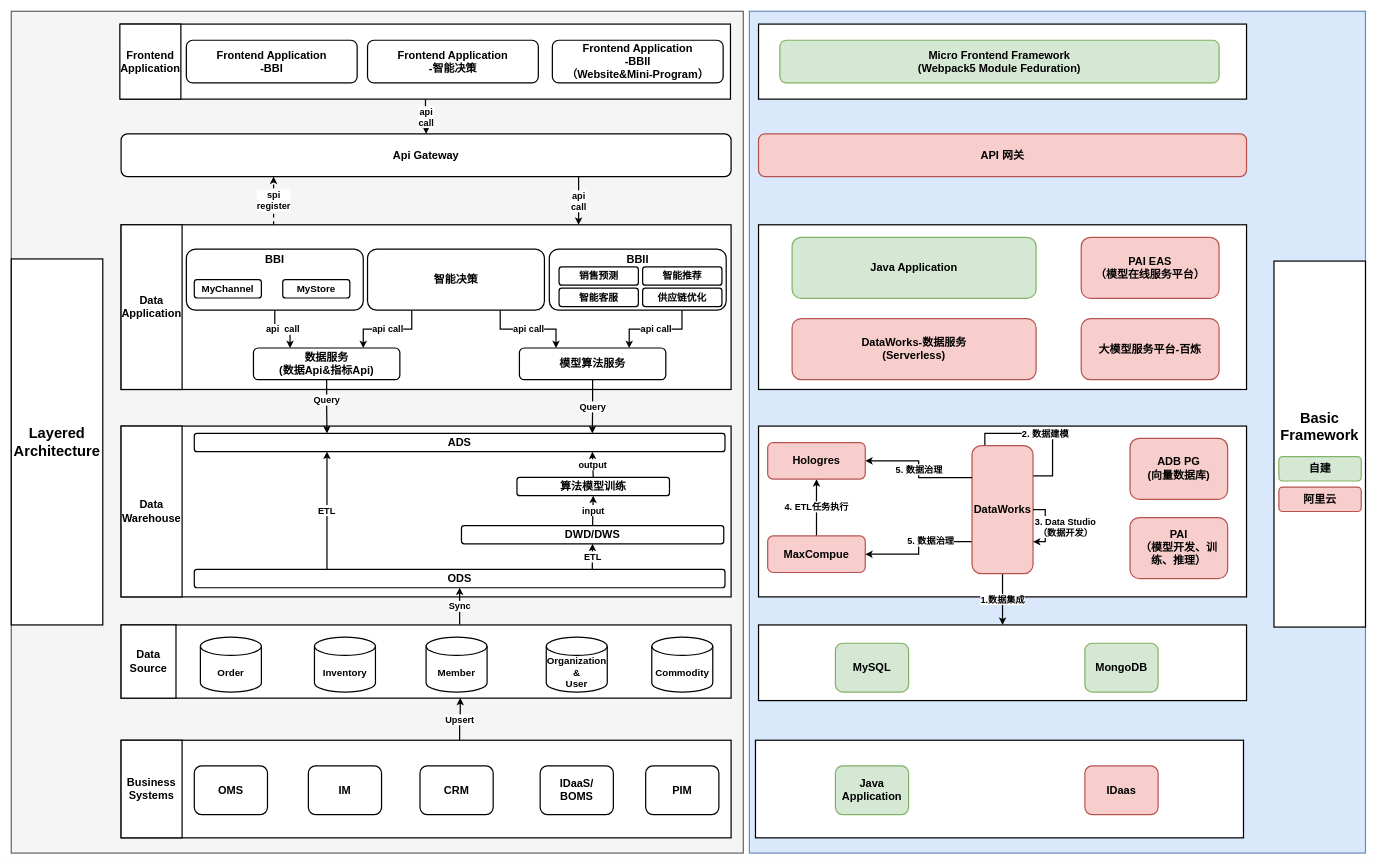
Before: page "logical-architecture-apple" (12 of 13) of indicator-platform.drawio in jackie-thank/beego-authz, a draw.io diagram. Source tidied: cells renumbered, new cells numbered last; positions are measured from the earlier drawing's top-left corner, leaving out a move shared by most shapes. Both pictures are drawn from the tidied source at 61%, with x=0, y=0 at pixel (11, 11).
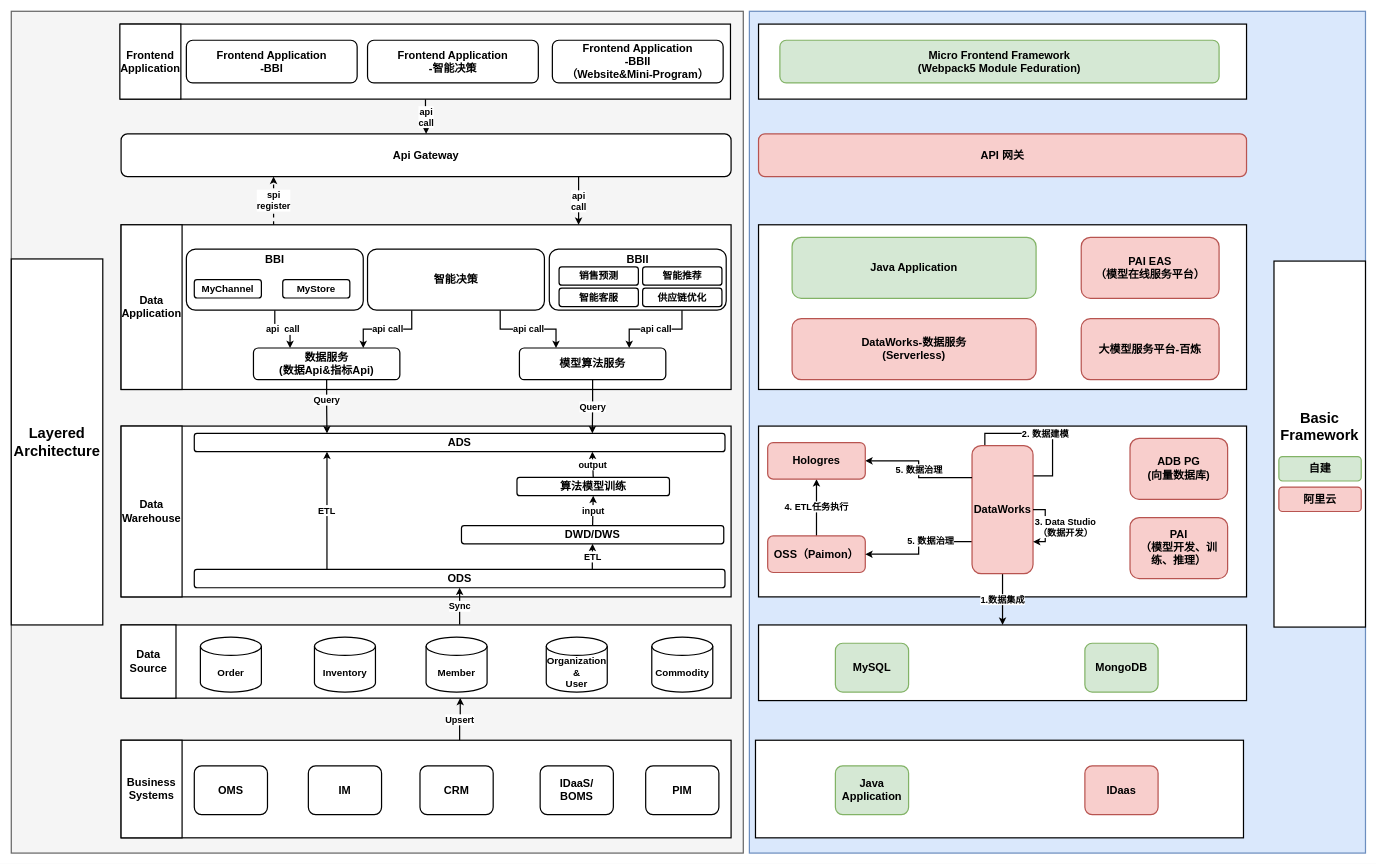
Above is the later version.

Diff of the diagram source:
```diff
@@
-    <mxCell id="50" value="&lt;div&gt;&lt;div&gt;MaxCompue&lt;/div&gt;&lt;/div&gt;" style="rounded=1;whiteSpace=wrap;html=1;strokeWidth=2;fontSize=18;fontStyle=1;fillColor=#f8cecc;strokeColor=#b85450;" parent="1" vertex="1">
+    <mxCell id="50" value="OSS（Paimon）" style="rounded=1;whiteSpace=wrap;html=1;strokeWidth=2;fontSize=18;fontStyle=1;fillColor=#f8cecc;strokeColor=#b85450;" parent="1" vertex="1">
       <mxGeometry x="1240" y="860" width="160" height="60" as="geometry" />
     </mxCell>
```
